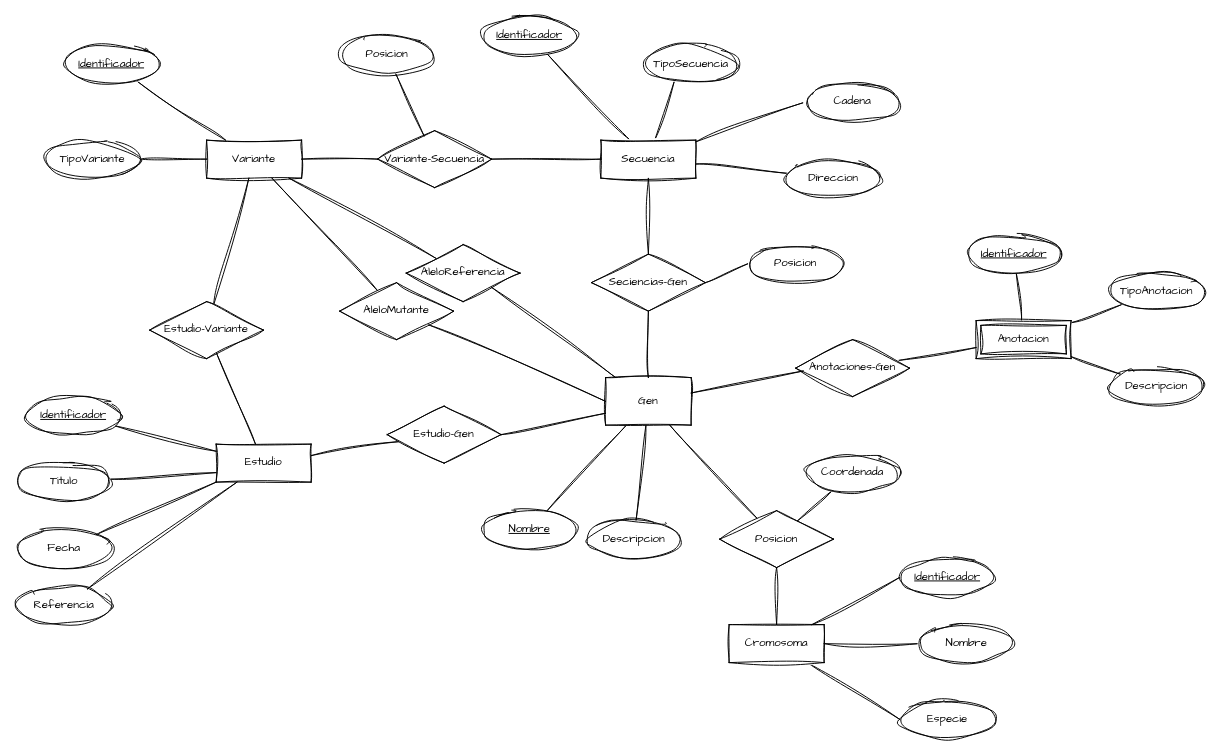
tnarrosf/unir-mubio01-grupo5 keeps this draw.io diagram as basesdatos/modelo-ER-bd-genes.drawio. Above is the earlier version. Source tidied: cells renumbered, new cells numbered last; positions are measured from the earlier drawing's top-left corner, leaving out a move shared by most shapes. Both pictures are drawn from the tidied source at 95%, with x=0, y=0 at pixel (16, 16).
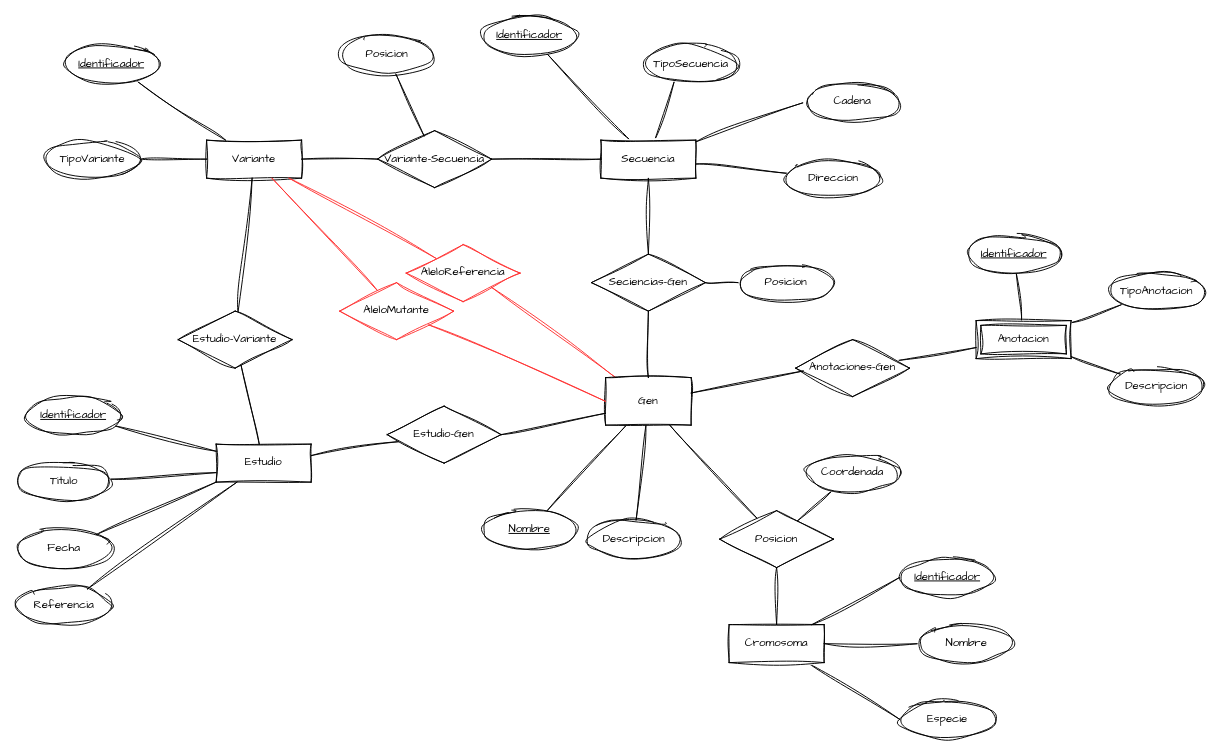
After the change.

Commit message:
marcar relaciones a revisar

The change refers to these unchanged cells:
```xml
<mxCell id="7" value="Gen" style="whiteSpace=wrap;html=1;align=center;sketch=1;hachureGap=4;jiggle=2;curveFitting=1;fontFamily=Architects Daughter;" parent="1" vertex="1">
  <mxGeometry x="620" y="380" width="90" height="50" as="geometry" />
</mxCell>
<mxCell id="49" value="Variante" style="whiteSpace=wrap;html=1;align=center;sketch=1;hachureGap=4;jiggle=2;curveFitting=1;fontFamily=Architects Daughter;" parent="1" vertex="1">
  <mxGeometry x="200" y="130" width="100" height="40" as="geometry" />
</mxCell>
```

What changed in the source:
```diff
@@
-    <mxCell id="6" style="rounded=0;sketch=1;hachureGap=4;jiggle=2;curveFitting=1;jettySize=auto;html=1;fontFamily=Architects Daughter;endArrow=none;endFill=0;entryX=1;entryY=1;entryDx=0;entryDy=0;" parent="1" edge="1" source="7" target="60">
+    <mxCell id="6" style="rounded=0;sketch=1;hachureGap=4;jiggle=2;curveFitting=1;jettySize=auto;html=1;fontFamily=Architects Daughter;endArrow=none;endFill=0;entryX=1;entryY=1;entryDx=0;entryDy=0;strokeColor=#FF3333;" parent="1" edge="1" source="7" target="60">
       <mxGeometry relative="1" as="geometry" />
     </mxCell>
@@
     <mxCell id="44" value="Posicion" style="ellipse;whiteSpace=wrap;html=1;align=center;sketch=1;hachureGap=4;jiggle=2;curveFitting=1;fontFamily=Architects Daughter;" parent="1" vertex="1">
-      <mxGeometry x="770" y="240" width="100" height="40" as="geometry" />
+      <mxGeometry x="760" y="260" width="100" height="40" as="geometry" />
     </mxCell>
@@
-    <mxCell id="56" style="rounded=0;sketch=1;hachureGap=4;jiggle=2;curveFitting=1;jettySize=auto;html=1;fontFamily=Architects Daughter;endArrow=none;endFill=0;" parent="1" edge="1" source="58" target="49">
+    <mxCell id="56" style="rounded=0;sketch=1;hachureGap=4;jiggle=2;curveFitting=1;jettySize=auto;html=1;fontFamily=Architects Daughter;endArrow=none;endFill=0;strokeColor=#FF3333;" parent="1" edge="1" source="58" target="49">
       <mxGeometry relative="1" as="geometry" />
     </mxCell>
-    <mxCell id="57" style="rounded=0;sketch=1;hachureGap=4;jiggle=2;curveFitting=1;jettySize=auto;html=1;fontFamily=Architects Daughter;entryX=0;entryY=0.5;entryDx=0;entryDy=0;endArrow=none;endFill=0;" parent="1" edge="1" source="58" target="7">
+    <mxCell id="57" style="rounded=0;sketch=1;hachureGap=4;jiggle=2;curveFitting=1;jettySize=auto;html=1;fontFamily=Architects Daughter;entryX=0;entryY=0.5;entryDx=0;entryDy=0;endArrow=none;endFill=0;strokeColor=#FF3333;" parent="1" edge="1" source="58" target="7">
       <mxGeometry relative="1" as="geometry" />
     </mxCell>
-    <mxCell id="58" value="AleloMutante" style="shape=rhombus;perimeter=rhombusPerimeter;whiteSpace=wrap;html=1;align=center;sketch=1;hachureGap=4;jiggle=2;curveFitting=1;fontFamily=Architects Daughter;" parent="1" vertex="1">
+    <mxCell id="58" value="AleloMutante" style="shape=rhombus;perimeter=rhombusPerimeter;whiteSpace=wrap;html=1;align=center;sketch=1;hachureGap=4;jiggle=2;curveFitting=1;fontFamily=Architects Daughter;strokeColor=#FF3333;" parent="1" vertex="1">
       <mxGeometry x="340" y="280" width="120" height="60" as="geometry" />
     </mxCell>
-    <mxCell id="59" style="rounded=0;sketch=1;hachureGap=4;jiggle=2;curveFitting=1;jettySize=auto;html=1;fontFamily=Architects Daughter;endArrow=none;endFill=0;" parent="1" edge="1" source="60" target="49">
+    <mxCell id="59" style="rounded=0;sketch=1;hachureGap=4;jiggle=2;curveFitting=1;jettySize=auto;html=1;fontFamily=Architects Daughter;endArrow=none;endFill=0;strokeColor=#FF3333;" parent="1" edge="1" source="60" target="49">
       <mxGeometry relative="1" as="geometry" />
     </mxCell>
-    <mxCell id="60" value="AleloReferencia" style="shape=rhombus;perimeter=rhombusPerimeter;whiteSpace=wrap;html=1;align=center;sketch=1;hachureGap=4;jiggle=2;curveFitting=1;fontFamily=Architects Daughter;" parent="1" vertex="1">
+    <mxCell id="60" value="AleloReferencia" style="shape=rhombus;perimeter=rhombusPerimeter;whiteSpace=wrap;html=1;align=center;sketch=1;hachureGap=4;jiggle=2;curveFitting=1;fontFamily=Architects Daughter;strokeColor=#FF3333;" parent="1" vertex="1">
       <mxGeometry x="410" y="240" width="120" height="60" as="geometry" />
     </mxCell>
@@
     <mxCell id="73" value="Estudio-Variante" style="shape=rhombus;perimeter=rhombusPerimeter;whiteSpace=wrap;html=1;align=center;sketch=1;hachureGap=4;jiggle=2;curveFitting=1;fontFamily=Architects Daughter;" parent="1" vertex="1">
-      <mxGeometry x="140" y="300" width="120" height="60" as="geometry" />
+      <mxGeometry x="170" y="310" width="120" height="60" as="geometry" />
     </mxCell>
```
